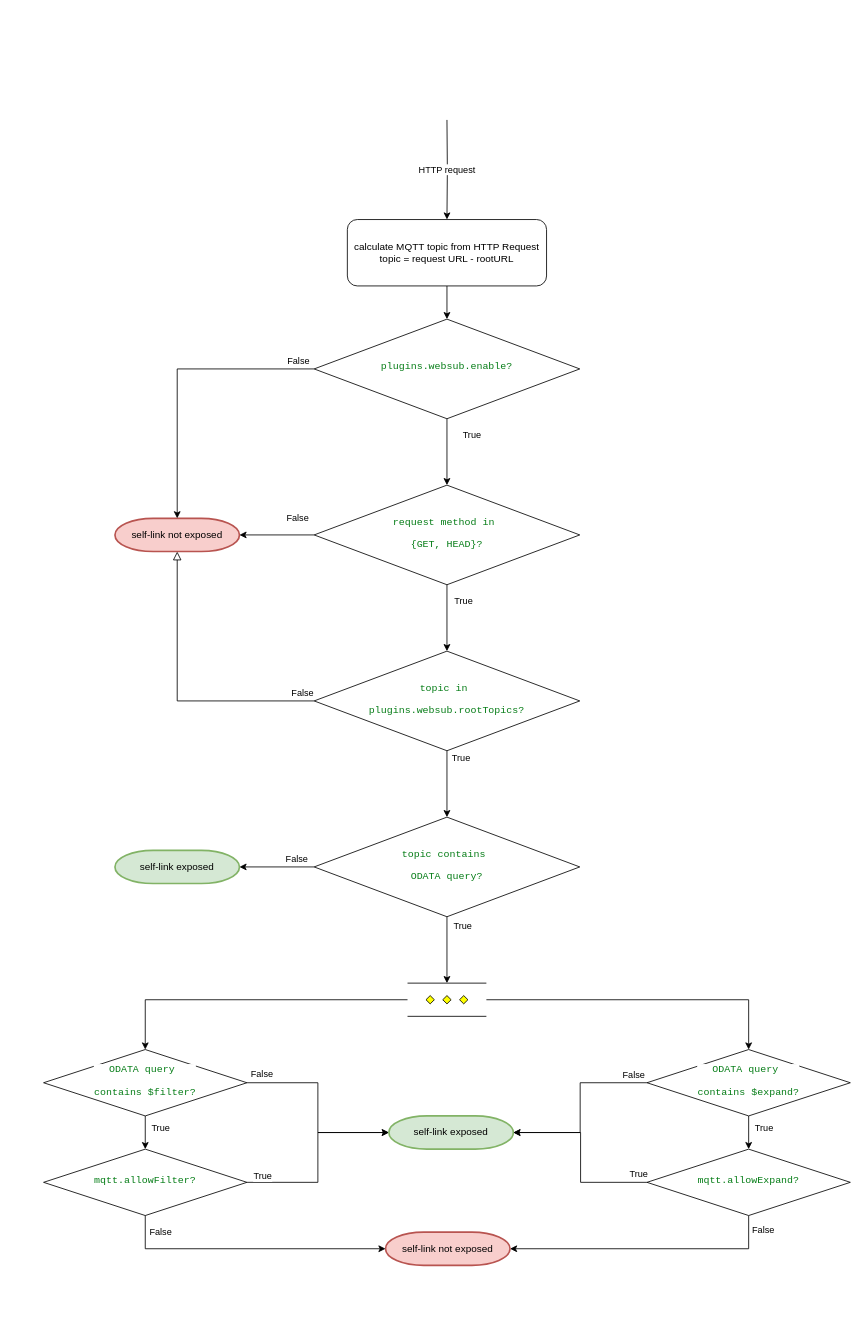
Earlier version of the draw.io diagram Logic.drawio (securedimensions/FROST-Server-WebSub). Source tidied: cells renumbered, new cells numbered last; positions are measured from the earlier drawing's top-left corner, leaving out a move shared by most shapes. Both pictures are drawn from the tidied source at 83%, with x=0, y=0 at pixel (43, 120).
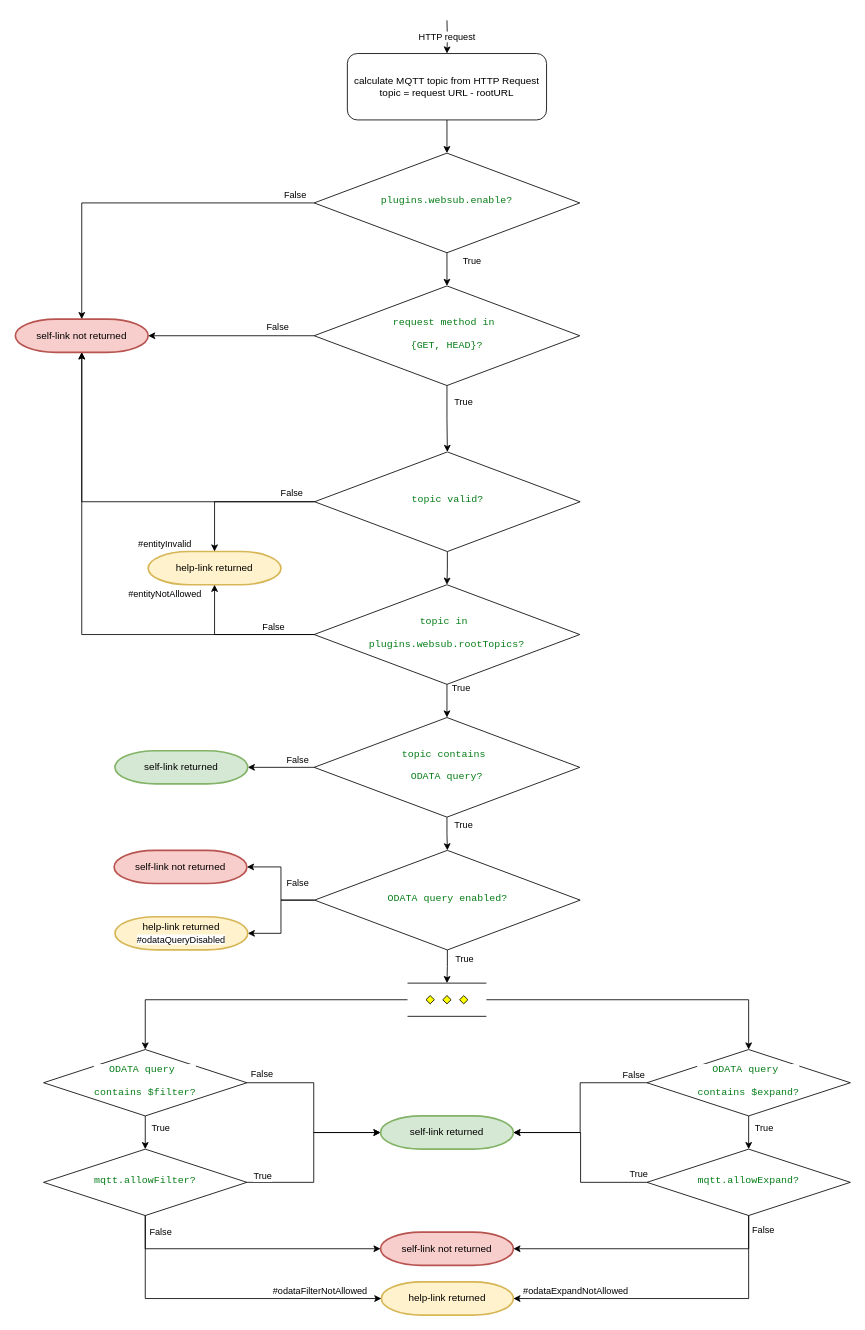
The same page after the edit.

Commit message:
logic diagram update

The change refers to these unchanged cells:
```xml
<mxCell id="19" value="&lt;div style=&quot;background-color:#ffffff;color:#080808;font-family:'JetBrains Mono',monospace;font-size:9,8pt;&quot;&gt;&lt;pre&gt;&lt;div style=&quot;font-family: &amp;quot;JetBrains Mono&amp;quot;, monospace;&quot;&gt;&lt;pre&gt;&lt;span style=&quot;color:#067d17;&quot;&gt;mqtt.allowFilter?&lt;/span&gt;&lt;/pre&gt;&lt;/div&gt;&lt;/pre&gt;&lt;/div&gt;" style="rhombus;whiteSpace=wrap;html=1;shadow=0;fontFamily=Helvetica;fontSize=12;align=center;strokeWidth=1;spacing=6;spacingTop=-4;" parent="1" vertex="1">
  <mxGeometry y="1240" width="245" height="80" as="geometry" />
</mxCell>
<mxCell id="24" style="verticalLabelPosition=bottom;verticalAlign=top;html=1;shape=mxgraph.flowchart.parallel_mode;" parent="1" vertex="1">
  <mxGeometry x="438.5" y="1040" width="95" height="40" as="geometry" />
</mxCell>
<mxCell id="32" value="&lt;div style=&quot;background-color:#ffffff;color:#080808;font-family:'JetBrains Mono',monospace;font-size:9,8pt;&quot;&gt;&lt;pre&gt;&lt;div style=&quot;font-family: &amp;quot;JetBrains Mono&amp;quot;, monospace;&quot;&gt;&lt;pre&gt;&lt;span style=&quot;color:#067d17;&quot;&gt;mqtt.allowExpand?&lt;/span&gt;&lt;/pre&gt;&lt;/div&gt;&lt;/pre&gt;&lt;/div&gt;" style="rhombus;whiteSpace=wrap;html=1;shadow=0;fontFamily=Helvetica;fontSize=12;align=center;strokeWidth=1;spacing=6;spacingTop=-4;" parent="1" vertex="1">
  <mxGeometry x="727" y="1240" width="245" height="80" as="geometry" />
</mxCell>
```

What changed in the source:
```diff
@@
-    <mxCell id="2" value="False" style="rounded=0;html=1;jettySize=auto;fontSize=11;endArrow=block;endFill=0;endSize=8;strokeWidth=1;shadow=0;labelBackgroundColor=none;edgeStyle=orthogonalEdgeStyle;exitX=0;exitY=0.5;exitDx=0;exitDy=0;entryX=0.5;entryY=1;entryDx=0;entryDy=0;entryPerimeter=0;" parent="1" edge="1" source="4" target="36">
-      <mxGeometry x="-0.92" y="-10" relative="1" as="geometry" />
-    </mxCell>
@@
     <mxCell id="4" value="&lt;div style=&quot;background-color:#ffffff;color:#080808;font-family:'JetBrains Mono',monospace;font-size:9,8pt;&quot;&gt;&lt;pre&gt;&lt;span style=&quot;color:#067d17;&quot;&gt;topic in &lt;/span&gt;&lt;/pre&gt;&lt;pre&gt;&lt;span style=&quot;color:#067d17;&quot;&gt;plugins.websub.rootTopics?&lt;/span&gt;&lt;/pre&gt;&lt;/div&gt;" style="rhombus;whiteSpace=wrap;html=1;shadow=0;fontFamily=Helvetica;fontSize=12;align=center;strokeWidth=1;spacing=6;spacingTop=-4;" parent="1" vertex="1">
-      <mxGeometry x="326" y="640" width="320" height="120" as="geometry" />
+      <mxGeometry x="326" y="560" width="320" height="120" as="geometry" />
     </mxCell>
-    <mxCell id="5" value="True" style="edgeStyle=orthogonalEdgeStyle;rounded=0;jettySize=auto;html=1;entryX=0.5;entryY=0;entryDx=0;entryDy=0;" parent="1" edge="1" source="6" target="4">
+    <mxCell id="5" value="True" style="edgeStyle=orthogonalEdgeStyle;rounded=0;jettySize=auto;html=1;entryX=0.5;entryY=0;entryDx=0;entryDy=0;" parent="1" edge="1" source="6" target="60">
       <mxGeometry x="-0.51" y="20" relative="1" as="geometry" />
     </mxCell>
     <mxCell id="6" value="&lt;pre style=&quot;color: rgb(8, 8, 8);&quot;&gt;&lt;pre&gt;&lt;span style=&quot;color: rgb(6, 125, 23);&quot;&gt;request method in &lt;/span&gt;&lt;/pre&gt;&lt;pre&gt;&lt;span style=&quot;color: rgb(6, 125, 23);&quot;&gt;{GET, HEAD}?&lt;/span&gt;&lt;/pre&gt;&lt;/pre&gt;" style="rhombus;whiteSpace=wrap;html=1;shadow=0;fontFamily=Helvetica;fontSize=12;align=center;strokeWidth=1;spacing=6;spacingTop=-4;" parent="1" vertex="1">
-      <mxGeometry x="326" y="440" width="320" height="120" as="geometry" />
+      <mxGeometry x="326" y="200" width="320" height="120" as="geometry" />
     </mxCell>
@@
-    <mxCell id="9" style="edgeStyle=orthogonalEdgeStyle;rounded=0;jettySize=auto;html=1;entryX=0.5;entryY=0;entryDx=0;entryDy=0;entryPerimeter=0;" parent="1" edge="1" source="11" target="24">
-      <mxGeometry relative="1" as="geometry" />
-    </mxCell>
-    <mxCell id="10" value="True" style="edgeLabel;html=1;align=center;verticalAlign=middle;" parent="9" vertex="1">
-      <mxGeometry x="-0.15" y="2" relative="1" as="geometry">
-        <mxPoint x="16" y="-24" as="offset" />
-      </mxGeometry>
-    </mxCell>
+    <mxCell id="44" value="True" style="edgeStyle=orthogonalEdgeStyle;rounded=0;jettySize=auto;html=1;entryX=0.5;entryY=0;entryDx=0;entryDy=0;" parent="1" edge="1" source="11" target="55">
+      <mxGeometry x="-0.51" y="20" relative="1" as="geometry" />
+    </mxCell>
     <mxCell id="11" value="&lt;div style=&quot;background-color:#ffffff;color:#080808;font-family:'JetBrains Mono',monospace;font-size:9,8pt;&quot;&gt;&lt;pre&gt;&lt;span style=&quot;color:#067d17;&quot;&gt;topic contains &lt;/span&gt;&lt;/pre&gt;&lt;pre&gt;&lt;span style=&quot;color:#067d17;&quot;&gt;ODATA query?&lt;/span&gt;&lt;/pre&gt;&lt;/div&gt;" style="rhombus;whiteSpace=wrap;html=1;shadow=0;fontFamily=Helvetica;fontSize=12;align=center;strokeWidth=1;spacing=6;spacingTop=-4;" parent="1" vertex="1">
-      <mxGeometry x="326" y="840" width="320" height="120" as="geometry" />
+      <mxGeometry x="326" y="720" width="320" height="120" as="geometry" />
     </mxCell>
@@
-    <mxCell id="20" value="self-link exposed" style="strokeWidth=2;html=1;shape=mxgraph.flowchart.terminator;whiteSpace=wrap;fillColor=#d5e8d4;strokeColor=#82b366;" parent="1" vertex="1">
-      <mxGeometry x="416" y="1200" width="150" height="40" as="geometry" />
+    <mxCell id="20" value="self-link returned" style="strokeWidth=2;html=1;shape=mxgraph.flowchart.terminator;whiteSpace=wrap;fillColor=#d5e8d4;strokeColor=#82b366;" parent="1" vertex="1">
+      <mxGeometry x="406" y="1200" width="160" height="40" as="geometry" />
     </mxCell>
-    <mxCell id="21" value="self-link exposed" style="strokeWidth=2;html=1;shape=mxgraph.flowchart.terminator;whiteSpace=wrap;fillColor=#d5e8d4;strokeColor=#82b366;" parent="1" vertex="1">
-      <mxGeometry x="86" y="880" width="150" height="40" as="geometry" />
+    <mxCell id="21" value="self-link returned" style="strokeWidth=2;html=1;shape=mxgraph.flowchart.terminator;whiteSpace=wrap;fillColor=#d5e8d4;strokeColor=#82b366;" parent="1" vertex="1">
+      <mxGeometry x="86" y="760" width="160" height="40" as="geometry" />
     </mxCell>
@@
-    <mxCell id="33" value="self-link not exposed" style="strokeWidth=2;html=1;shape=mxgraph.flowchart.terminator;whiteSpace=wrap;fillColor=#f8cecc;strokeColor=#b85450;" parent="1" vertex="1">
-      <mxGeometry x="412" y="1340" width="150" height="40" as="geometry" />
+    <mxCell id="33" value="self-link not returned" style="strokeWidth=2;html=1;shape=mxgraph.flowchart.terminator;whiteSpace=wrap;fillColor=#f8cecc;strokeColor=#b85450;" parent="1" vertex="1">
+      <mxGeometry x="406" y="1340" width="160" height="40" as="geometry" />
     </mxCell>
@@
-    <mxCell id="36" value="self-link not exposed" style="strokeWidth=2;html=1;shape=mxgraph.flowchart.terminator;whiteSpace=wrap;fillColor=#f8cecc;strokeColor=#b85450;" parent="1" vertex="1">
-      <mxGeometry x="86" y="480" width="150" height="40" as="geometry" />
+    <mxCell id="36" value="self-link not returned" style="strokeWidth=2;html=1;shape=mxgraph.flowchart.terminator;whiteSpace=wrap;fillColor=#f8cecc;strokeColor=#b85450;" parent="1" vertex="1">
+      <mxGeometry x="-34" y="240" width="160" height="40" as="geometry" />
     </mxCell>
@@
     <mxCell id="38" value="HTTP request" style="edgeStyle=orthogonalEdgeStyle;rounded=0;jettySize=auto;html=1;entryX=0.5;entryY=0;entryDx=0;entryDy=0;" parent="1" edge="1" target="39">
       <mxGeometry relative="1" as="geometry">
-        <mxPoint x="486" as="sourcePoint" />
+        <mxPoint x="486" y="-120" as="sourcePoint" />
       </mxGeometry>
     </mxCell>
     <mxCell id="39" value="&lt;div&gt;calculate MQTT topic from HTTP Request&lt;/div&gt;topic = request URL - rootURL" style="rounded=1;whiteSpace=wrap;html=1;" parent="1" vertex="1">
-      <mxGeometry x="366" y="120" width="240" height="80" as="geometry" />
+      <mxGeometry x="366" y="-80" width="240" height="80" as="geometry" />
     </mxCell>
@@
     <mxCell id="41" value="&lt;pre style=&quot;&quot;&gt;&lt;pre style=&quot;color: rgb(8, 8, 8);&quot;&gt;&lt;pre&gt;&lt;span style=&quot;color: rgb(6, 125, 23);&quot;&gt;plugins.websub.enable?&lt;/span&gt;&lt;/pre&gt;&lt;/pre&gt;&lt;/pre&gt;" style="rhombus;whiteSpace=wrap;html=1;shadow=0;fontFamily=Helvetica;fontSize=12;align=center;strokeWidth=1;spacing=6;spacingTop=-4;" parent="1" vertex="1">
-      <mxGeometry x="326" y="240" width="320" height="120" as="geometry" />
+      <mxGeometry x="326" y="40" width="320" height="120" as="geometry" />
     </mxCell>
     <mxCell id="42" value="False" style="edgeStyle=orthogonalEdgeStyle;rounded=0;jettySize=auto;html=1;entryX=1;entryY=0.5;entryDx=0;entryDy=0;entryPerimeter=0;" parent="1" edge="1" source="6" target="36">
-      <mxGeometry x="-0.56" y="-20" relative="1" as="geometry" />
+      <mxGeometry x="-0.56" y="-10" relative="1" as="geometry" />
     </mxCell>
@@
+    <mxCell id="2" style="edgeStyle=orthogonalEdgeStyle;rounded=0;jettySize=auto;html=1;entryX=0.5;entryY=1;entryDx=0;entryDy=0;entryPerimeter=0;" parent="1" edge="1" source="4" target="36">
+      <mxGeometry relative="1" as="geometry" />
+    </mxCell>
+    <mxCell id="45" value="False" style="edgeLabel;html=1;align=center;verticalAlign=middle;" parent="2" vertex="1">
+      <mxGeometry x="-0.84" y="-1" relative="1" as="geometry">
+        <mxPoint y="-9" as="offset" />
+      </mxGeometry>
+    </mxCell>
+    <mxCell id="46" value="help-link returned" style="strokeWidth=2;html=1;shape=mxgraph.flowchart.terminator;whiteSpace=wrap;fillColor=#fff2cc;strokeColor=#d6b656;" parent="1" vertex="1">
+      <mxGeometry x="126" y="520" width="160" height="40" as="geometry" />
+    </mxCell>
+    <mxCell id="47" value="help-link returned" style="strokeWidth=2;html=1;shape=mxgraph.flowchart.terminator;whiteSpace=wrap;fillColor=#fff2cc;strokeColor=#d6b656;" parent="1" vertex="1">
+      <mxGeometry x="407" y="1400" width="159" height="40" as="geometry" />
+    </mxCell>
+    <mxCell id="48" style="edgeStyle=orthogonalEdgeStyle;rounded=0;jettySize=auto;html=1;entryX=0;entryY=0.5;entryDx=0;entryDy=0;entryPerimeter=0;" parent="1" edge="1" source="19" target="47">
+      <mxGeometry relative="1" as="geometry">
+        <Array as="points">
+          <mxPoint x="123" y="1420" />
+        </Array>
+      </mxGeometry>
+    </mxCell>
+    <mxCell id="49" value="#odataFilterNotAllowed" style="edgeLabel;html=1;align=center;verticalAlign=middle;" parent="48" vertex="1">
+      <mxGeometry x="0.44" y="3" relative="1" as="geometry">
+        <mxPoint x="33" y="-7" as="offset" />
+      </mxGeometry>
+    </mxCell>
+    <mxCell id="50" style="edgeStyle=orthogonalEdgeStyle;rounded=0;jettySize=auto;html=1;entryX=1;entryY=0.5;entryDx=0;entryDy=0;entryPerimeter=0;" parent="1" edge="1" source="32" target="47">
+      <mxGeometry relative="1" as="geometry">
+        <Array as="points">
+          <mxPoint x="850" y="1420" />
+        </Array>
+      </mxGeometry>
+    </mxCell>
+    <mxCell id="51" value="#odataExpandNotAllowed" style="edgeLabel;html=1;align=center;verticalAlign=middle;" parent="50" vertex="1">
+      <mxGeometry x="0.69" y="-1" relative="1" as="geometry">
+        <mxPoint x="15" y="-9" as="offset" />
+      </mxGeometry>
+    </mxCell>
+    <mxCell id="52" value="&lt;span style=&quot;color: rgb(0, 0, 0); font-family: Helvetica; font-size: 11px; font-style: normal; font-variant-ligatures: normal; font-variant-caps: normal; font-weight: 400; letter-spacing: normal; orphans: 2; text-align: center; text-indent: 0px; text-transform: none; widows: 2; word-spacing: 0px; -webkit-text-stroke-width: 0px; white-space: nowrap; background-color: rgb(255, 255, 255); text-decoration-thickness: initial; text-decoration-style: initial; text-decoration-color: initial; display: inline !important; float: none;&quot;&gt;#entityNotAllowed&lt;/span&gt;" style="edgeStyle=orthogonalEdgeStyle;rounded=0;jettySize=auto;html=1;entryX=0.5;entryY=1;entryDx=0;entryDy=0;entryPerimeter=0;" parent="1" edge="1" source="4" target="46">
+      <mxGeometry x="0.88" y="60" relative="1" as="geometry" />
+    </mxCell>
+    <mxCell id="53" value="False" style="edgeStyle=orthogonalEdgeStyle;rounded=0;jettySize=auto;html=1;" parent="1" edge="1" source="55" target="57">
+      <mxGeometry y="-20" relative="1" as="geometry">
+        <Array as="points">
+          <mxPoint x="286" y="940" />
+          <mxPoint x="286" y="900" />
+        </Array>
+      </mxGeometry>
+    </mxCell>
+    <mxCell id="54" style="edgeStyle=orthogonalEdgeStyle;rounded=0;jettySize=auto;html=1;" parent="1" edge="1" source="55" target="58">
+      <mxGeometry x="0.67" y="20" relative="1" as="geometry">
+        <Array as="points">
+          <mxPoint x="286" y="940" />
+          <mxPoint x="286" y="980" />
+        </Array>
+      </mxGeometry>
+    </mxCell>
+    <mxCell id="55" value="&lt;div style=&quot;background-color:#ffffff;color:#080808;font-family:'JetBrains Mono',monospace;font-size:9,8pt;&quot;&gt;&lt;pre&gt;&lt;span style=&quot;color: rgb(6, 125, 23); font-family: &amp;quot;JetBrains Mono&amp;quot;, monospace; white-space: normal;&quot;&gt;ODATA query enabled?&lt;/span&gt;&lt;br&gt;&lt;/pre&gt;&lt;/div&gt;" style="rhombus;whiteSpace=wrap;html=1;shadow=0;fontFamily=Helvetica;fontSize=12;align=center;strokeWidth=1;spacing=6;spacingTop=-4;" parent="1" vertex="1">
+      <mxGeometry x="326.5" y="880" width="320" height="120" as="geometry" />
+    </mxCell>
+    <mxCell id="56" style="edgeStyle=orthogonalEdgeStyle;rounded=0;jettySize=auto;html=1;entryX=0.5;entryY=0;entryDx=0;entryDy=0;entryPerimeter=0;" parent="1" edge="1" source="55" target="24">
+      <mxGeometry relative="1" as="geometry" />
+    </mxCell>
+    <mxCell id="10" value="True" style="edgeLabel;html=1;align=center;verticalAlign=middle;" parent="56" vertex="1">
+      <mxGeometry x="0.01" y="-1" relative="1" as="geometry">
+        <mxPoint x="20" y="-9" as="offset" />
+      </mxGeometry>
+    </mxCell>
+    <mxCell id="57" value="self-link not returned" style="strokeWidth=2;html=1;shape=mxgraph.flowchart.terminator;whiteSpace=wrap;fillColor=#f8cecc;strokeColor=#b85450;" parent="1" vertex="1">
+      <mxGeometry x="85" y="880" width="160" height="40" as="geometry" />
+    </mxCell>
+    <mxCell id="58" value="help-link returned&lt;div&gt;&lt;span style=&quot;font-size: 11px; text-wrap: nowrap; background-color: rgb(255, 255, 255);&quot;&gt;#odataQueryDisabled&lt;/span&gt;&lt;br&gt;&lt;/div&gt;" style="strokeWidth=2;html=1;shape=mxgraph.flowchart.terminator;whiteSpace=wrap;fillColor=#fff2cc;strokeColor=#d6b656;" parent="1" vertex="1">
+      <mxGeometry x="86" y="960" width="160" height="40" as="geometry" />
+    </mxCell>
+    <mxCell id="59" style="edgeStyle=orthogonalEdgeStyle;rounded=0;jettySize=auto;html=1;entryX=0.5;entryY=0;entryDx=0;entryDy=0;" parent="1" edge="1" source="60" target="4">
+      <mxGeometry relative="1" as="geometry" />
+    </mxCell>
+    <mxCell id="60" value="&lt;div style=&quot;background-color:#ffffff;color:#080808;font-family:'JetBrains Mono',monospace;font-size:9,8pt;&quot;&gt;&lt;pre&gt;&lt;span style=&quot;color:#067d17;&quot;&gt;topic valid?&lt;/span&gt;&lt;/pre&gt;&lt;/div&gt;" style="rhombus;whiteSpace=wrap;html=1;shadow=0;fontFamily=Helvetica;fontSize=12;align=center;strokeWidth=1;spacing=6;spacingTop=-4;" parent="1" vertex="1">
+      <mxGeometry x="326.5" y="400" width="320" height="120" as="geometry" />
+    </mxCell>
+    <mxCell id="61" value="False" style="edgeStyle=orthogonalEdgeStyle;rounded=0;jettySize=auto;html=1;entryX=0.5;entryY=1;entryDx=0;entryDy=0;entryPerimeter=0;" parent="1" edge="1" source="60" target="36">
+      <mxGeometry x="-0.88" y="-10" relative="1" as="geometry" />
+    </mxCell>
+    <mxCell id="62" value="#entityInvalid" style="edgeStyle=orthogonalEdgeStyle;rounded=0;jettySize=auto;html=1;entryX=0.5;entryY=0;entryDx=0;entryDy=0;entryPerimeter=0;" parent="1" edge="1" source="60" target="46">
+      <mxGeometry x="0.88" y="-60" relative="1" as="geometry">
+        <mxPoint y="1" as="offset" />
+      </mxGeometry>
+    </mxCell>
```
